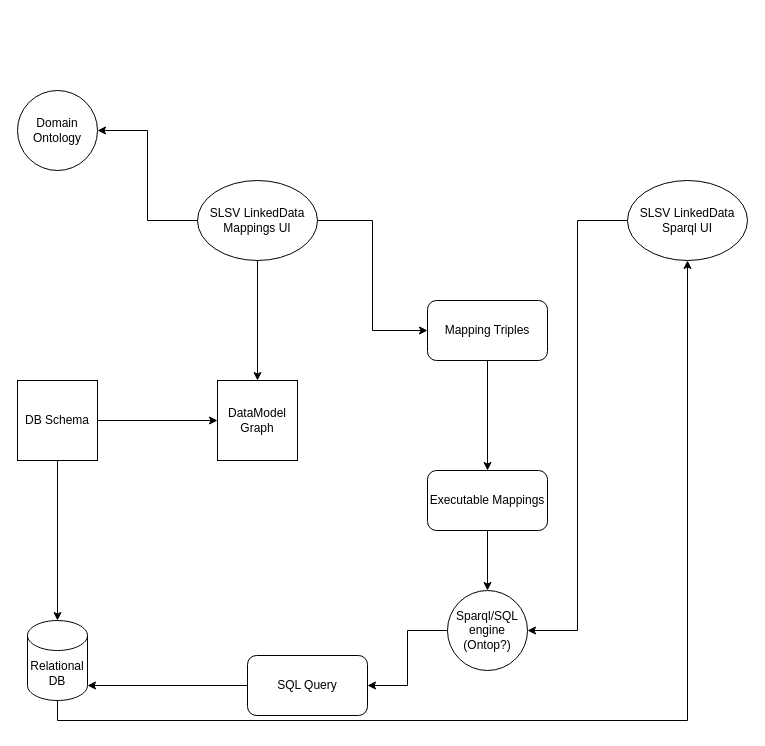
The draw.io diagram LinkedDataSchematic.drawio in hrssilva/souslesensVocables, before the edit. Source tidied: cells renumbered, new cells numbered last; positions are measured from the earlier drawing's top-left corner, leaving out a move shared by most shapes. Both pictures are drawn from the tidied source at 100%, with x=0, y=0 at pixel (17, 90).
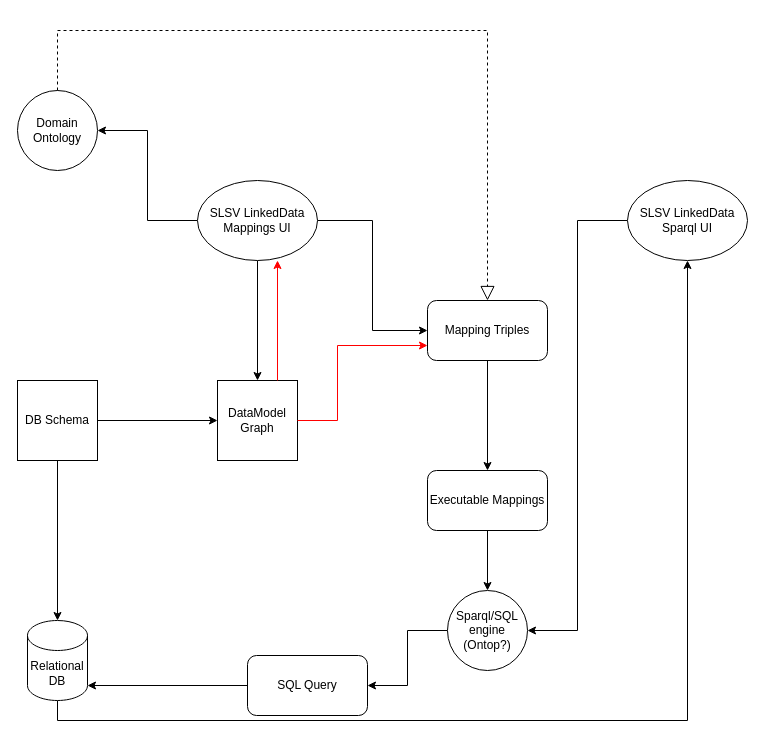
The same diagram, later.

Unchanged cells that the change refers to:
```xml
<mxCell id="6" value="DataModel Graph" style="whiteSpace=wrap;html=1;" parent="1" vertex="1">
  <mxGeometry x="200" y="290" width="80" height="80" as="geometry" />
</mxCell>
<mxCell id="12" value="Domain Ontology" style="ellipse;whiteSpace=wrap;html=1;" parent="1" vertex="1">
  <mxGeometry width="80" height="80" as="geometry" />
</mxCell>
<mxCell id="14" value="Mapping Triples" style="rounded=1;whiteSpace=wrap;html=1;" parent="1" vertex="1">
  <mxGeometry x="410" y="210" width="120" height="60" as="geometry" />
</mxCell>
```

What changed in the source:
```diff
@@
+    <mxCell id="23" style="endArrow=classic;html=1;rounded=0;strokeColor=#FF0000;exitX=1;exitY=0.5;exitDx=0;exitDy=0;entryX=0;entryY=0.75;entryDx=0;entryDy=0;" parent="1" edge="1" source="6" target="14">
+      <mxGeometry relative="1" as="geometry">
+        <Array as="points">
+          <mxPoint x="320" y="330" />
+          <mxPoint x="320" y="255" />
+        </Array>
+      </mxGeometry>
+    </mxCell>
+    <mxCell id="24" style="endArrow=classic;html=1;rounded=0;strokeColor=#FF0000;exitX=0.75;exitY=0;exitDx=0;exitDy=0;" parent="1" edge="1" source="6">
+      <mxGeometry relative="1" as="geometry">
+        <mxPoint x="260" y="170" as="targetPoint" />
+      </mxGeometry>
+    </mxCell>
+    <mxCell id="25" style="endArrow=block;dashed=1;endFill=0;endSize=12;html=1;rounded=0;exitX=0.5;exitY=0;exitDx=0;exitDy=0;entryX=0.5;entryY=0;entryDx=0;entryDy=0;" parent="1" edge="1" source="12" target="14">
+      <mxGeometry relative="1" as="geometry">
+        <Array as="points">
+          <mxPoint x="40" y="-60" />
+          <mxPoint x="470" y="-60" />
+        </Array>
+      </mxGeometry>
+    </mxCell>
```
